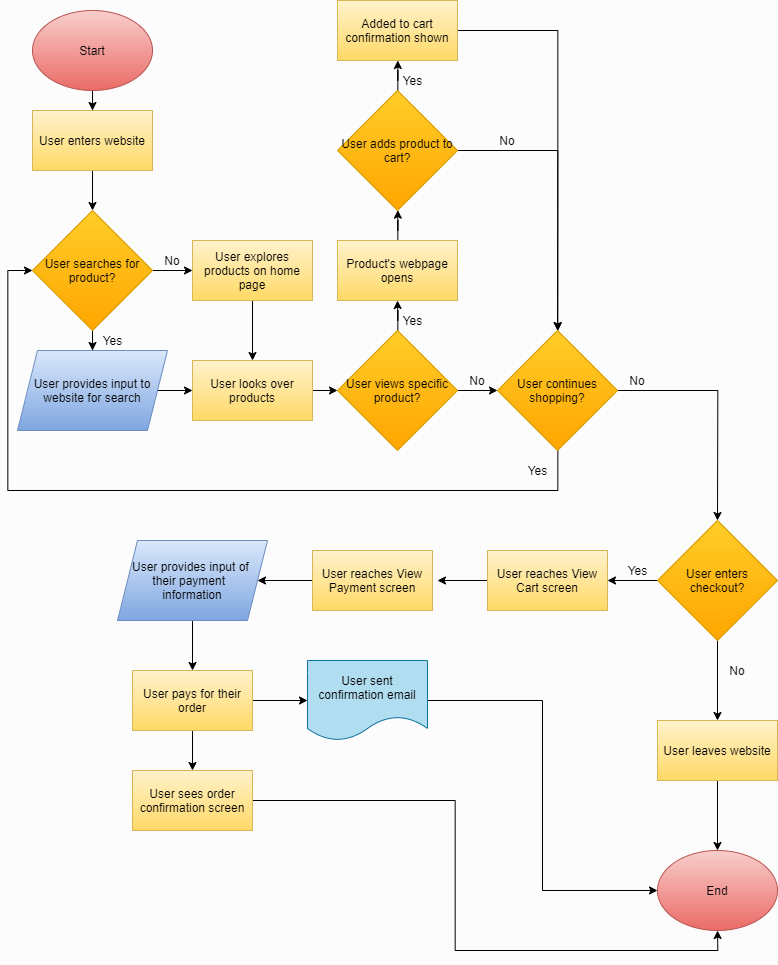
Above: part2/part2.drawio.png in Wilson-Low/wi21-cse110-lab4 (draw.io), before the change. Source tidied: cells renumbered, new cells last; positions are measured from the earlier drawing's top-left corner, leaving out a move shared by most shapes.
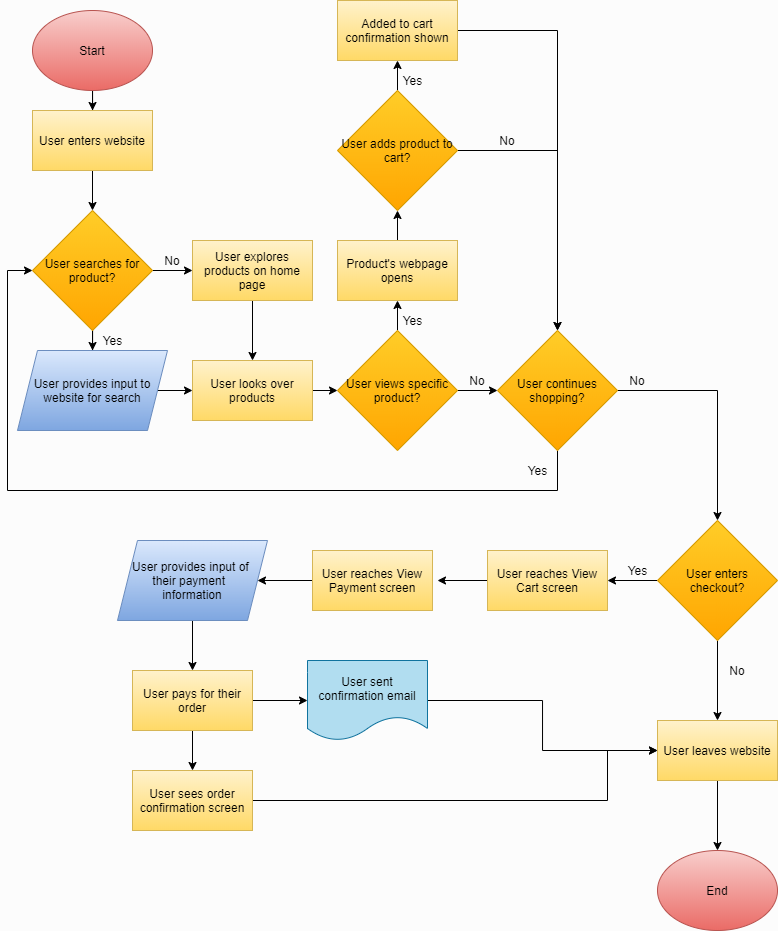
After the commit.

Diff of the diagram source:
```diff
@@ -177,15 +177,21 @@
     <mxCell id="53" value="&lt;font color=&quot;#000000&quot;&gt;User pays for their order&lt;/font&gt;" style="rounded=0;whiteSpace=wrap;html=1;gradientColor=#ffd966;fillColor=#fff2cc;strokeColor=#d6b656;" parent="1" vertex="1">
       <mxGeometry x="125" y="670" width="120" height="60" as="geometry" />
     </mxCell>
-    <mxCell id="54" style="edgeStyle=orthogonalEdgeStyle;rounded=0;jettySize=auto;html=1;entryX=0;entryY=0.5;entryDx=0;entryDy=0;" parent="1" edge="1" source="55" target="43">
+    <mxCell id="54" style="edgeStyle=orthogonalEdgeStyle;rounded=0;jettySize=auto;html=1;entryX=0;entryY=0.5;entryDx=0;entryDy=0;" parent="1" edge="1" source="55" target="42">
       <mxGeometry relative="1" as="geometry" />
     </mxCell>
     <mxCell id="55" value="&lt;font color=&quot;#000000&quot;&gt;User sent confirmation email&lt;/font&gt;" style="shape=document;whiteSpace=wrap;html=1;boundedLbl=1;fillColor=#b1ddf0;strokeColor=#10739e;" parent="1" vertex="1">
       <mxGeometry x="300" y="660" width="120" height="80" as="geometry" />
     </mxCell>
-    <mxCell id="56" style="edgeStyle=orthogonalEdgeStyle;rounded=0;jettySize=auto;html=1;entryX=0.5;entryY=1;entryDx=0;entryDy=0;" parent="1" edge="1" source="57" target="43">
-      <mxGeometry relative="1" as="geometry" />
-    </mxCell>
+    <mxCell id="58" style="edgeStyle=orthogonalEdgeStyle;rounded=0;jettySize=auto;html=1;" parent="1" edge="1" source="57">
+      <mxGeometry relative="1" as="geometry">
+        <mxPoint x="650" y="750" as="targetPoint" />
+        <Array as="points">
+          <mxPoint x="600" y="800" />
+          <mxPoint x="600" y="750" />
+        </Array>
+      </mxGeometry>
+    </mxCell>
     <mxCell id="57" value="&lt;font color=&quot;#000000&quot;&gt;User sees order confirmation screen&lt;/font&gt;" style="rounded=0;whiteSpace=wrap;html=1;gradientColor=#ffd966;fillColor=#fff2cc;strokeColor=#d6b656;" parent="1" vertex="1">
       <mxGeometry x="125" y="770" width="120" height="60" as="geometry" />
     </mxCell>
```
